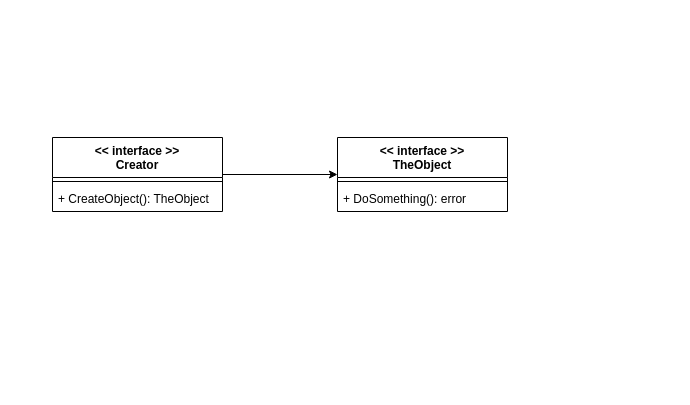
The draw.io diagram FactoryMethod/structure.drawio in Lornzo/GolangDesignPatterns, before the edit. Source tidied: cells renumbered, new cells numbered last; positions are measured from the earlier drawing's top-left corner, leaving out a move shared by most shapes. Both pictures are drawn from the tidied source at 100%, with x=0, y=0 at pixel (52, 137).
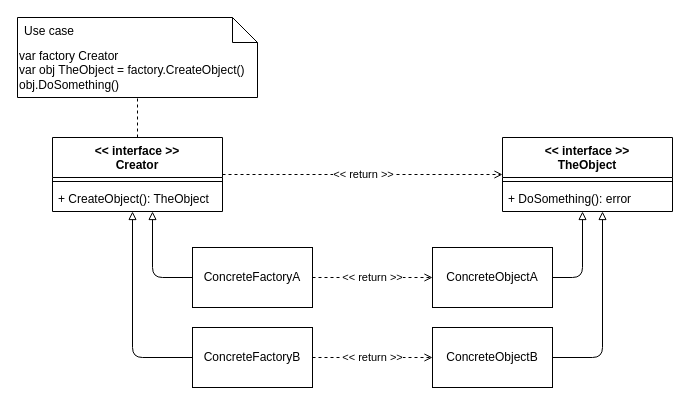
Above is the later version.

Unchanged cells that the change refers to:
```xml
<mxCell id="3" value="&lt;&lt; interface &gt;&gt;&#10;Creator" style="swimlane;fontStyle=1;align=center;verticalAlign=top;horizontal=1;startSize=40;" parent="1" vertex="1">
  <mxGeometry width="170" height="74" as="geometry" />
</mxCell>
<mxCell id="5" value="+ CreateObject(): TheObject" style="text;strokeColor=none;fillColor=none;align=left;verticalAlign=top;spacingLeft=4;spacingRight=4;overflow=hidden;points=[[0,0.5],[1,0.5]];portConstraint=eastwest;" parent="3" vertex="1">
  <mxGeometry y="48" width="170" height="26" as="geometry" />
</mxCell>
<mxCell id="8" value="+ DoSomething(): error" style="text;strokeColor=none;fillColor=none;align=left;verticalAlign=top;spacingLeft=4;spacingRight=4;overflow=hidden;points=[[0,0.5],[1,0.5]];portConstraint=eastwest;" parent="6" vertex="1">
  <mxGeometry y="48" width="170" height="26" as="geometry" />
</mxCell>
```

Diff of the diagram source:
```diff
@@
-    <mxCell id="2" style="edgeStyle=none;html=1;" parent="1" edge="1" source="3" target="6">
-      <mxGeometry relative="1" as="geometry" />
+    <mxCell id="2" value="&amp;lt;&amp;lt; return &amp;gt;&amp;gt;" style="edgeStyle=none;html=1;dashed=1;endArrow=open;endFill=0;" parent="1" edge="1" source="3" target="6">
+      <mxGeometry x="0.01" relative="1" as="geometry" />
     </mxCell>
+    <mxCell id="9" style="edgeStyle=none;html=1;endArrow=none;endFill=0;dashed=1;" parent="1" edge="1" source="3" target="10">
+      <mxGeometry relative="1" as="geometry" />
+    </mxCell>
@@
     <mxCell id="6" value="&lt;&lt; interface &gt;&gt;&#10;TheObject" style="swimlane;fontStyle=1;align=center;verticalAlign=top;horizontal=1;startSize=40;" parent="1" vertex="1">
-      <mxGeometry x="285" width="170" height="74" as="geometry" />
+      <mxGeometry x="450" width="170" height="74" as="geometry" />
     </mxCell>
@@
+    <mxCell id="10" value="var factory Creator&lt;br&gt;var obj&amp;nbsp;TheObject = factory.CreateObject()&lt;br&gt;obj.DoSomething()" style="shape=note2;boundedLbl=1;whiteSpace=wrap;html=1;size=25;verticalAlign=top;align=left;" parent="1" vertex="1">
+      <mxGeometry x="-35" y="-120" width="240" height="80" as="geometry" />
+    </mxCell>
+    <mxCell id="11" value="Use case" style="strokeColor=none;fillColor=none;align=left;spacingLeft=5;" parent="10" vertex="1">
+      <mxGeometry width="240" height="25" relative="1" as="geometry" />
+    </mxCell>
+    <mxCell id="12" style="edgeStyle=orthogonalEdgeStyle;html=1;endArrow=block;endFill=0;" parent="1" edge="1" source="13" target="8">
+      <mxGeometry relative="1" as="geometry">
+        <Array as="points">
+          <mxPoint x="530" y="140" />
+        </Array>
+      </mxGeometry>
+    </mxCell>
+    <mxCell id="13" value="ConcreteObjectA" style="rounded=0;whiteSpace=wrap;html=1;" parent="1" vertex="1">
+      <mxGeometry x="380" y="110" width="120" height="60" as="geometry" />
+    </mxCell>
+    <mxCell id="14" style="edgeStyle=orthogonalEdgeStyle;html=1;endArrow=block;endFill=0;" parent="1" edge="1" source="15" target="8">
+      <mxGeometry relative="1" as="geometry">
+        <Array as="points">
+          <mxPoint x="550" y="220" />
+        </Array>
+      </mxGeometry>
+    </mxCell>
+    <mxCell id="15" value="ConcreteObjectB" style="rounded=0;whiteSpace=wrap;html=1;" parent="1" vertex="1">
+      <mxGeometry x="380" y="190" width="120" height="60" as="geometry" />
+    </mxCell>
+    <mxCell id="16" style="edgeStyle=orthogonalEdgeStyle;html=1;endArrow=block;endFill=0;" parent="1" edge="1" source="17" target="5">
+      <mxGeometry relative="1" as="geometry">
+        <Array as="points">
+          <mxPoint x="100" y="140" />
+        </Array>
+      </mxGeometry>
+    </mxCell>
+    <mxCell id="17" value="ConcreteFactoryA" style="rounded=0;whiteSpace=wrap;html=1;" parent="1" vertex="1">
+      <mxGeometry x="140" y="110" width="120" height="60" as="geometry" />
+    </mxCell>
+    <mxCell id="18" style="edgeStyle=orthogonalEdgeStyle;html=1;endArrow=block;endFill=0;" parent="1" edge="1" source="21" target="5">
+      <mxGeometry relative="1" as="geometry">
+        <Array as="points">
+          <mxPoint x="80" y="220" />
+        </Array>
+      </mxGeometry>
+    </mxCell>
+    <mxCell id="19" value="&amp;lt;&amp;lt; return &amp;gt;&amp;gt;" style="edgeStyle=none;html=1;endArrow=open;endFill=0;dashed=1;" parent="1" edge="1" source="17" target="13">
+      <mxGeometry relative="1" as="geometry" />
+    </mxCell>
+    <mxCell id="20" value="&amp;lt;&amp;lt; return &amp;gt;&amp;gt;" style="edgeStyle=none;html=1;endArrow=open;endFill=0;dashed=1;" parent="1" edge="1" source="21" target="15">
+      <mxGeometry relative="1" as="geometry" />
+    </mxCell>
+    <mxCell id="21" value="ConcreteFactoryB" style="rounded=0;whiteSpace=wrap;html=1;" parent="1" vertex="1">
+      <mxGeometry x="140" y="190" width="120" height="60" as="geometry" />
+    </mxCell>
```
